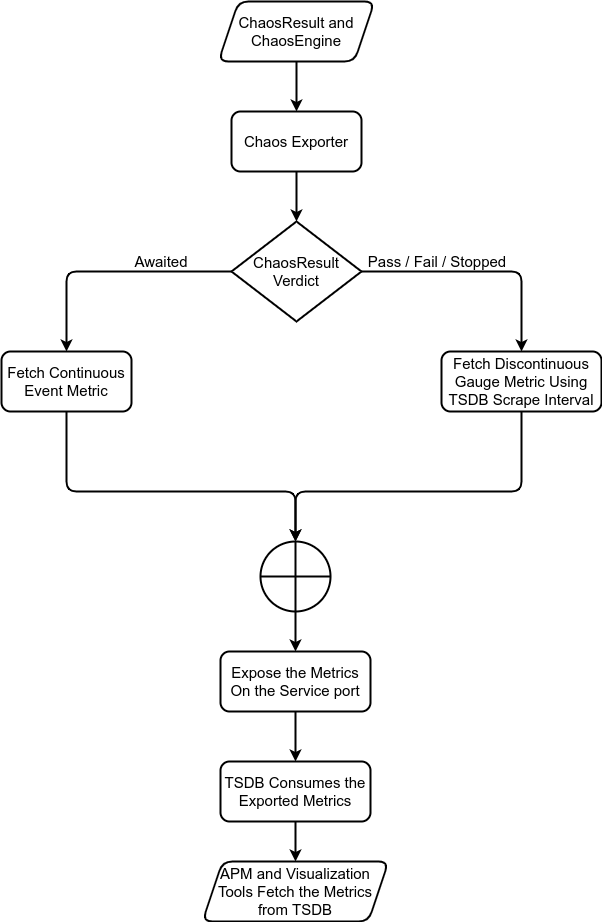
litmuschaos/litmus-docs keeps this draw.io diagram as website/versioned_docs/version-2.2.0/assets/chaos-observability-flow-metrics.png. Above is the earlier version. Source tidied: cells renumbered, new cells last; positions are measured from the earlier drawing's top-left corner, leaving out a move shared by most shapes. Its diagram source:
```xml
<mxGraphModel>
  <root>
    <mxCell id="0" />
    <mxCell id="1" parent="0" />
    <mxCell id="2" style="edgeStyle=orthogonalEdgeStyle;rounded=0;jettySize=auto;html=1;exitX=0.5;exitY=1;exitDx=0;exitDy=0;entryX=0.5;entryY=0;entryDx=0;entryDy=0;strokeWidth=2;fontSize=15;" parent="1" edge="1" source="3" target="5">
      <mxGeometry relative="1" as="geometry" />
    </mxCell>
    <mxCell id="3" value="&lt;font style=&quot;font-size: 15px&quot;&gt;ChaosResult and ChaosEngine&lt;/font&gt;" style="shape=parallelogram;perimeter=parallelogramPerimeter;whiteSpace=wrap;html=1;fixedSize=1;strokeWidth=2;rounded=1;fontSize=15;" parent="1" vertex="1">
      <mxGeometry x="217" width="156" height="60" as="geometry" />
    </mxCell>
    <mxCell id="4" style="edgeStyle=orthogonalEdgeStyle;rounded=0;jettySize=auto;html=1;exitX=0.5;exitY=1;exitDx=0;exitDy=0;entryX=0.5;entryY=0;entryDx=0;entryDy=0;strokeWidth=2;fontSize=15;" parent="1" edge="1" source="5" target="8">
      <mxGeometry relative="1" as="geometry" />
    </mxCell>
    <mxCell id="5" value="&lt;font style=&quot;font-size: 15px&quot;&gt;Chaos Exporter&lt;/font&gt;" style="rounded=1;whiteSpace=wrap;html=1;strokeWidth=2;fontSize=15;" parent="1" vertex="1">
      <mxGeometry x="230" y="110" width="130" height="60" as="geometry" />
    </mxCell>
    <mxCell id="6" style="edgeStyle=orthogonalEdgeStyle;rounded=1;jettySize=auto;html=1;exitX=0;exitY=0.5;exitDx=0;exitDy=0;entryX=0.5;entryY=0;entryDx=0;entryDy=0;strokeWidth=2;fontSize=15;" parent="1" edge="1" source="8" target="10">
      <mxGeometry relative="1" as="geometry" />
    </mxCell>
    <mxCell id="7" style="edgeStyle=orthogonalEdgeStyle;rounded=1;jettySize=auto;html=1;exitX=1;exitY=0.5;exitDx=0;exitDy=0;entryX=0.5;entryY=0;entryDx=0;entryDy=0;strokeWidth=2;fontSize=15;" parent="1" edge="1" source="8" target="12">
      <mxGeometry relative="1" as="geometry" />
    </mxCell>
    <mxCell id="8" value="&lt;font style=&quot;font-size: 15px&quot;&gt;ChaosResult Verdict&lt;/font&gt;" style="rhombus;whiteSpace=wrap;html=1;strokeWidth=2;fontSize=15;" parent="1" vertex="1">
      <mxGeometry x="230" y="220" width="130" height="100" as="geometry" />
    </mxCell>
    <mxCell id="9" style="edgeStyle=orthogonalEdgeStyle;rounded=1;jettySize=auto;html=1;exitX=0.5;exitY=1;exitDx=0;exitDy=0;entryX=0.5;entryY=0;entryDx=0;entryDy=0;entryPerimeter=0;strokeWidth=2;fontSize=15;" parent="1" edge="1" source="10" target="21">
      <mxGeometry relative="1" as="geometry">
        <Array as="points">
          <mxPoint x="65" y="490" />
          <mxPoint x="294" y="490" />
        </Array>
      </mxGeometry>
    </mxCell>
    <mxCell id="10" value="&lt;font style=&quot;font-size: 15px&quot;&gt;Fetch Continuous Event Metric&lt;/font&gt;" style="rounded=1;whiteSpace=wrap;html=1;strokeWidth=2;fontSize=15;" parent="1" vertex="1">
      <mxGeometry y="350" width="130" height="60" as="geometry" />
    </mxCell>
    <mxCell id="11" style="edgeStyle=orthogonalEdgeStyle;rounded=1;jettySize=auto;html=1;exitX=0.5;exitY=1;exitDx=0;exitDy=0;entryX=0.5;entryY=0;entryDx=0;entryDy=0;entryPerimeter=0;strokeWidth=2;fontSize=15;" parent="1" edge="1" source="12" target="21">
      <mxGeometry relative="1" as="geometry">
        <Array as="points">
          <mxPoint x="520" y="490" />
          <mxPoint x="294" y="490" />
        </Array>
      </mxGeometry>
    </mxCell>
    <mxCell id="12" value="&lt;font style=&quot;font-size: 15px&quot;&gt;Fetch Discontinuous Gauge Metric Using TSDB Scrape Interval&lt;/font&gt;" style="rounded=1;whiteSpace=wrap;html=1;strokeWidth=2;fontSize=15;" parent="1" vertex="1">
      <mxGeometry x="440" y="350" width="160" height="60" as="geometry" />
    </mxCell>
    <mxCell id="13" value="&lt;font style=&quot;font-size: 15px&quot;&gt;Awaited&lt;/font&gt;" style="text;html=1;strokeColor=none;fillColor=none;align=center;verticalAlign=middle;whiteSpace=wrap;rounded=0;strokeWidth=2;fontSize=15;" parent="1" vertex="1">
      <mxGeometry x="140" y="250" width="40" height="20" as="geometry" />
    </mxCell>
    <mxCell id="14" value="&lt;span style=&quot;font-size: 15px&quot;&gt;Pass / Fail / Stopped&lt;/span&gt;" style="text;html=1;strokeColor=none;fillColor=none;align=center;verticalAlign=middle;whiteSpace=wrap;rounded=0;strokeWidth=2;fontSize=15;" parent="1" vertex="1">
      <mxGeometry x="362" y="250" width="148" height="20" as="geometry" />
    </mxCell>
    <mxCell id="15" style="edgeStyle=orthogonalEdgeStyle;rounded=0;jettySize=auto;html=1;exitX=0.5;exitY=1;exitDx=0;exitDy=0;entryX=0.5;entryY=0;entryDx=0;entryDy=0;strokeWidth=2;fontSize=15;" parent="1" edge="1" source="16" target="17">
      <mxGeometry relative="1" as="geometry" />
    </mxCell>
    <mxCell id="16" value="&lt;span style=&quot;font-size: 15px&quot;&gt;TSDB Consumes the Exported Metrics&lt;/span&gt;" style="rounded=1;whiteSpace=wrap;html=1;strokeWidth=2;fontSize=15;" parent="1" vertex="1">
      <mxGeometry x="219" y="760" width="150" height="60" as="geometry" />
    </mxCell>
    <mxCell id="17" value="&lt;font style=&quot;font-size: 15px&quot;&gt;APM and Visualization Tools Fetch the Metrics from TSDB&lt;/font&gt;" style="shape=parallelogram;perimeter=parallelogramPerimeter;whiteSpace=wrap;html=1;fixedSize=1;strokeWidth=2;rounded=1;fontSize=15;" parent="1" vertex="1">
      <mxGeometry x="201" y="860" width="186" height="60" as="geometry" />
    </mxCell>
    <mxCell id="18" style="edgeStyle=orthogonalEdgeStyle;rounded=0;jettySize=auto;html=1;exitX=0.5;exitY=1;exitDx=0;exitDy=0;entryX=0.5;entryY=0;entryDx=0;entryDy=0;strokeWidth=2;fontSize=15;" parent="1" edge="1" source="19" target="16">
      <mxGeometry relative="1" as="geometry" />
    </mxCell>
    <mxCell id="19" value="&lt;font style=&quot;font-size: 15px&quot;&gt;Expose the Metrics On the Service port&lt;/font&gt;" style="rounded=1;whiteSpace=wrap;html=1;strokeWidth=2;fontSize=15;" parent="1" vertex="1">
      <mxGeometry x="219" y="650" width="150" height="60" as="geometry" />
    </mxCell>
    <mxCell id="20" style="edgeStyle=orthogonalEdgeStyle;rounded=0;jettySize=auto;html=1;exitX=0.5;exitY=1;exitDx=0;exitDy=0;exitPerimeter=0;entryX=0.5;entryY=0;entryDx=0;entryDy=0;strokeWidth=2;fontSize=15;" parent="1" edge="1" source="21" target="19">
      <mxGeometry relative="1" as="geometry" />
    </mxCell>
    <mxCell id="21" style="verticalLabelPosition=bottom;verticalAlign=top;html=1;shape=mxgraph.flowchart.summing_function;strokeWidth=2;fontSize=15;" parent="1" vertex="1">
      <mxGeometry x="259" y="540" width="70" height="70" as="geometry" />
    </mxCell>
  </root>
</mxGraphModel>
```
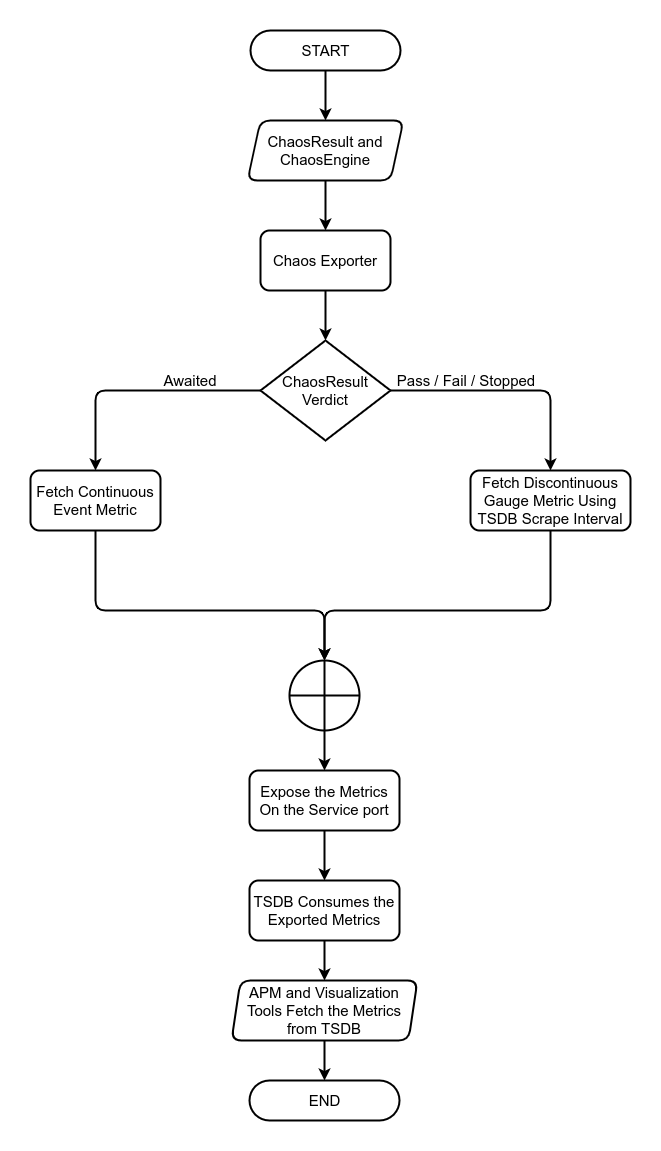
The same diagram one commit later.

Diff of the diagram source:
```diff
@@ -2,10 +2,13 @@
   <root>
     <mxCell id="0" />
     <mxCell id="1" parent="0" />
+    <mxCell id="22" style="rounded=0;whiteSpace=wrap;html=1;strokeColor=none;" parent="1" vertex="1">
+      <mxGeometry x="-30" y="-120" width="660" height="1150" as="geometry" />
+    </mxCell>
     <mxCell id="2" style="edgeStyle=orthogonalEdgeStyle;rounded=0;jettySize=auto;html=1;exitX=0.5;exitY=1;exitDx=0;exitDy=0;entryX=0.5;entryY=0;entryDx=0;entryDy=0;strokeWidth=2;fontSize=15;" parent="1" edge="1" source="3" target="5">
       <mxGeometry relative="1" as="geometry" />
     </mxCell>
-    <mxCell id="3" value="&lt;font style=&quot;font-size: 15px&quot;&gt;ChaosResult and ChaosEngine&lt;/font&gt;" style="shape=parallelogram;perimeter=parallelogramPerimeter;whiteSpace=wrap;html=1;fixedSize=1;strokeWidth=2;rounded=1;fontSize=15;" parent="1" vertex="1">
+    <mxCell id="3" value="&lt;font style=&quot;font-size: 15px&quot;&gt;ChaosResult and ChaosEngine&lt;/font&gt;" style="shape=parallelogram;perimeter=parallelogramPerimeter;whiteSpace=wrap;html=1;fixedSize=1;strokeWidth=2;rounded=1;fontSize=15;size=13;" parent="1" vertex="1">
       <mxGeometry x="217" width="156" height="60" as="geometry" />
     </mxCell>
     <mxCell id="4" style="edgeStyle=orthogonalEdgeStyle;rounded=0;jettySize=auto;html=1;exitX=0.5;exitY=1;exitDx=0;exitDy=0;entryX=0.5;entryY=0;entryDx=0;entryDy=0;strokeWidth=2;fontSize=15;" parent="1" edge="1" source="5" target="8">
@@ -57,7 +60,10 @@
     <mxCell id="16" value="&lt;span style=&quot;font-size: 15px&quot;&gt;TSDB Consumes the Exported Metrics&lt;/span&gt;" style="rounded=1;whiteSpace=wrap;html=1;strokeWidth=2;fontSize=15;" parent="1" vertex="1">
       <mxGeometry x="219" y="760" width="150" height="60" as="geometry" />
     </mxCell>
+    <mxCell id="23" style="edgeStyle=none;curved=1;rounded=0;jettySize=auto;html=1;exitX=0.5;exitY=1;exitDx=0;exitDy=0;entryX=0.5;entryY=0.5;entryDx=0;entryDy=-20;entryPerimeter=0;endArrow=classic;endFill=1;sourcePerimeterSpacing=8;targetPerimeterSpacing=8;strokeWidth=2;" parent="1" edge="1" source="17" target="26">
+      <mxGeometry relative="1" as="geometry" />
+    </mxCell>
-    <mxCell id="17" value="&lt;font style=&quot;font-size: 15px&quot;&gt;APM and Visualization Tools Fetch the Metrics from TSDB&lt;/font&gt;" style="shape=parallelogram;perimeter=parallelogramPerimeter;whiteSpace=wrap;html=1;fixedSize=1;strokeWidth=2;rounded=1;fontSize=15;" parent="1" vertex="1">
+    <mxCell id="17" value="&lt;font style=&quot;font-size: 15px&quot;&gt;APM and Visualization Tools Fetch the Metrics from TSDB&lt;/font&gt;" style="shape=parallelogram;perimeter=parallelogramPerimeter;whiteSpace=wrap;html=1;fixedSize=1;strokeWidth=2;rounded=1;fontSize=15;size=9;" parent="1" vertex="1">
       <mxGeometry x="201" y="860" width="186" height="60" as="geometry" />
     </mxCell>
     <mxCell id="18" style="edgeStyle=orthogonalEdgeStyle;rounded=0;jettySize=auto;html=1;exitX=0.5;exitY=1;exitDx=0;exitDy=0;entryX=0.5;entryY=0;entryDx=0;entryDy=0;strokeWidth=2;fontSize=15;" parent="1" edge="1" source="19" target="16">
@@ -72,5 +78,14 @@
     <mxCell id="21" style="verticalLabelPosition=bottom;verticalAlign=top;html=1;shape=mxgraph.flowchart.summing_function;strokeWidth=2;fontSize=15;" parent="1" vertex="1">
       <mxGeometry x="259" y="540" width="70" height="70" as="geometry" />
     </mxCell>
+    <mxCell id="24" style="edgeStyle=none;curved=1;rounded=0;jettySize=auto;html=1;exitX=0.5;exitY=0.5;exitDx=0;exitDy=20;exitPerimeter=0;entryX=0.5;entryY=0;entryDx=0;entryDy=0;endArrow=classic;sourcePerimeterSpacing=8;targetPerimeterSpacing=8;endFill=1;strokeWidth=2;" parent="1" edge="1" source="25" target="3">
+      <mxGeometry relative="1" as="geometry" />
+    </mxCell>
+    <mxCell id="25" value="&lt;font style=&quot;font-size: 15px&quot;&gt;START&lt;/font&gt;" style="html=1;dashed=0;whitespace=wrap;shape=mxgraph.dfd.start;hachureGap=4;strokeWidth=2;" parent="1" vertex="1">
+      <mxGeometry x="220" y="-90" width="150" height="40" as="geometry" />
+    </mxCell>
+    <mxCell id="26" value="&lt;font style=&quot;font-size: 15px&quot;&gt;END&lt;/font&gt;" style="html=1;dashed=0;whitespace=wrap;shape=mxgraph.dfd.start;hachureGap=4;strokeWidth=2;" parent="1" vertex="1">
+      <mxGeometry x="219" y="960" width="150" height="40" as="geometry" />
+    </mxCell>
   </root>
 </mxGraphModel>
```
